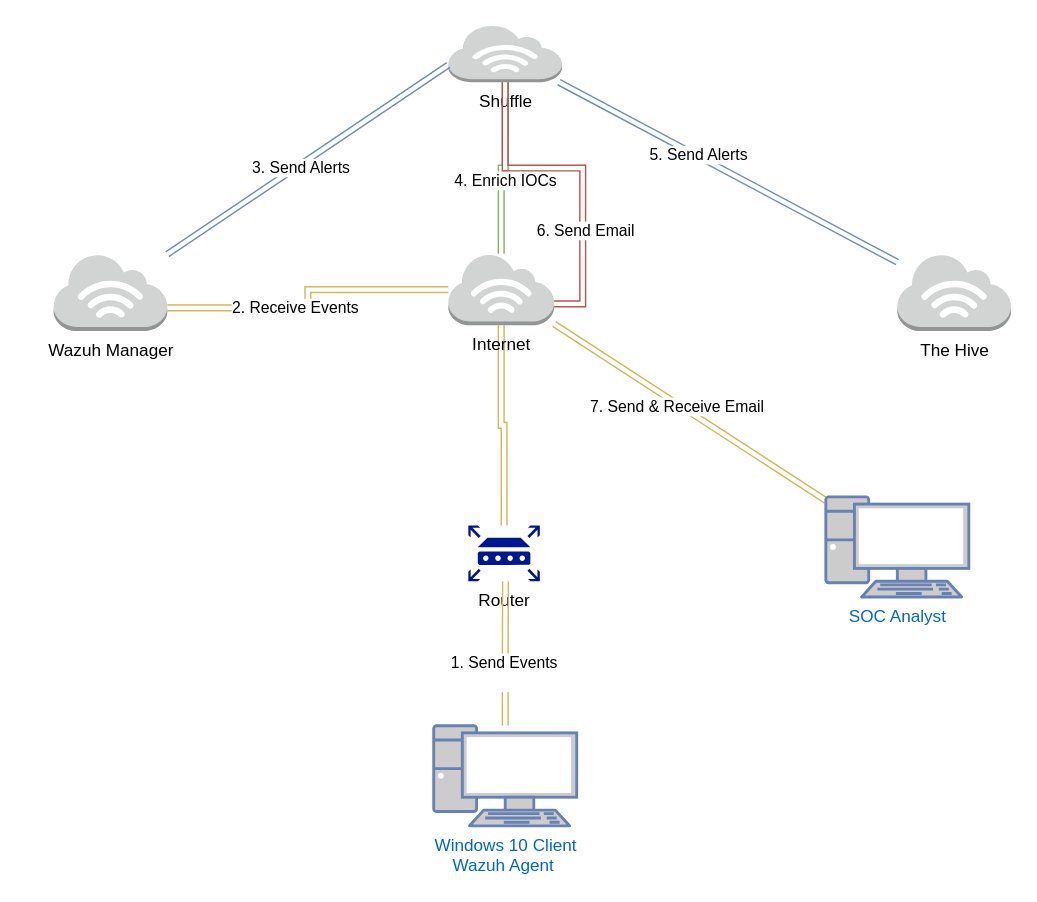
Earlier version of the draw.io diagram SOC Automation Project.drawio (kalenthedon/Detection-Lab). Source tidied: cells renumbered, new cells numbered last; positions are measured from the earlier drawing's top-left corner, leaving out a move shared by most shapes. Both pictures are drawn from the tidied source at 143%, with x=0, y=0 at pixel (53, 24).
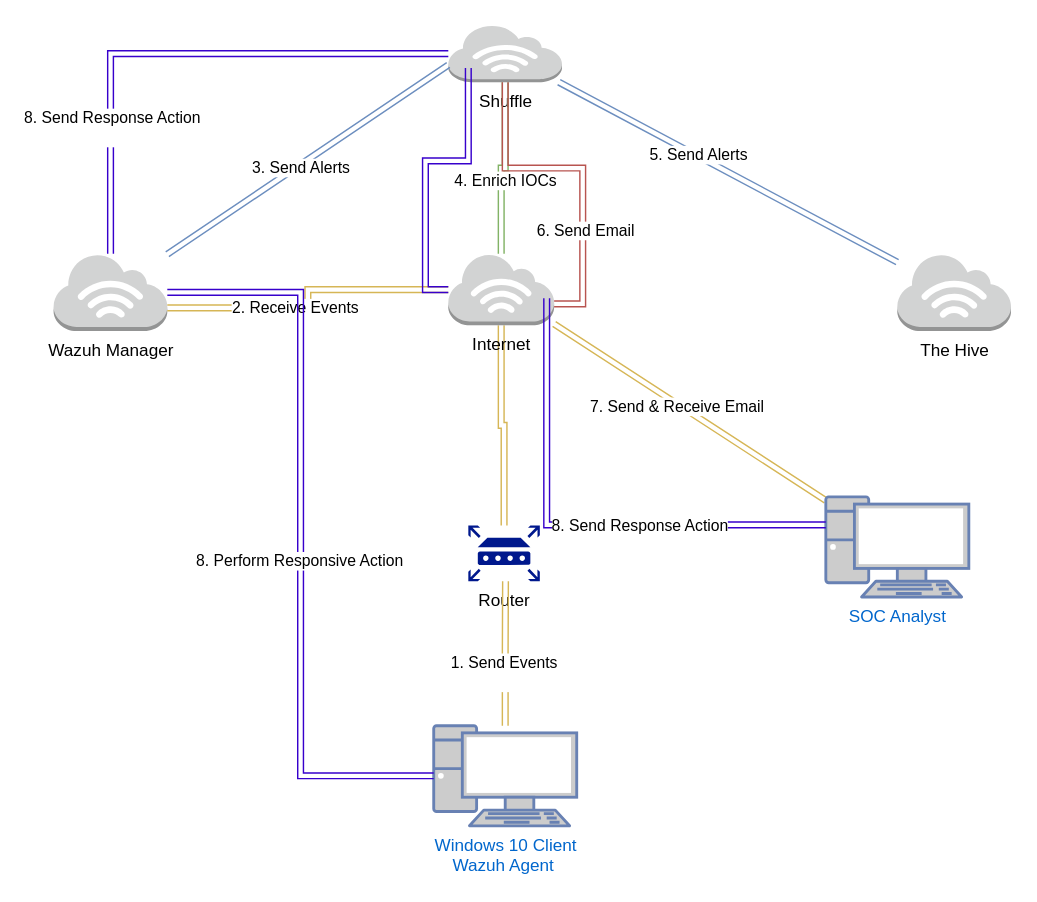
Above is the later version.

The change refers to these unchanged cells:
```xml
<mxCell id="2" value="Windows 10 Client&lt;div&gt;Wazuh Agent&amp;nbsp;&lt;/div&gt;" style="fontColor=#0066CC;verticalAlign=top;verticalLabelPosition=bottom;labelPosition=center;align=center;html=1;outlineConnect=0;fillColor=#CCCCCC;strokeColor=#6881B3;gradientColor=none;gradientDirection=north;strokeWidth=2;shape=mxgraph.networks.pc;" parent="1" vertex="1">
  <mxGeometry x="265.8" y="490" width="100" height="70" as="geometry" />
</mxCell>
<mxCell id="7" value="Internet&lt;div&gt;&lt;br&gt;&lt;/div&gt;" style="outlineConnect=0;dashed=0;verticalLabelPosition=bottom;verticalAlign=top;align=center;html=1;shape=mxgraph.aws3.internet_3;fillColor=#D2D3D3;gradientColor=none;" parent="1" vertex="1">
  <mxGeometry x="276" y="160" width="74" height="50" as="geometry" />
</mxCell>
<mxCell id="8" value="&lt;div&gt;Wazuh Manager&lt;/div&gt;&lt;div&gt;&lt;br&gt;&lt;/div&gt;" style="outlineConnect=0;dashed=0;verticalLabelPosition=bottom;verticalAlign=top;align=center;html=1;shape=mxgraph.aws3.internet_3;fillColor=#D2D3D3;gradientColor=none;" parent="1" vertex="1">
  <mxGeometry y="160" width="79.5" height="54" as="geometry" />
</mxCell>
<mxCell id="12" value="&lt;div&gt;Shuffle&lt;/div&gt;&lt;div&gt;&lt;br&gt;&lt;/div&gt;" style="outlineConnect=0;dashed=0;verticalLabelPosition=bottom;verticalAlign=top;align=center;html=1;shape=mxgraph.aws3.internet_3;fillColor=#D2D3D3;gradientColor=none;" parent="1" vertex="1">
  <mxGeometry x="276" width="79.5" height="40" as="geometry" />
</mxCell>
```

The edit, as a diff of the source:
```diff
@@
+    <mxCell id="24" style="edgeStyle=orthogonalEdgeStyle;rounded=0;jettySize=auto;html=1;shape=link;fillColor=#6a00ff;strokeColor=#3700CC;" parent="1" edge="1" source="12" target="8">
+      <mxGeometry relative="1" as="geometry" />
+    </mxCell>
+    <mxCell id="25" value="8. Send Response Action&lt;div&gt;&lt;br&gt;&lt;/div&gt;" style="edgeLabel;html=1;align=center;verticalAlign=middle;" parent="24" vertex="1">
+      <mxGeometry x="0.53" y="1" relative="1" as="geometry" />
+    </mxCell>
@@
+    <mxCell id="26" style="edgeStyle=orthogonalEdgeStyle;rounded=0;orthogonalLoop=1;jettySize=auto;html=1;entryX=0.93;entryY=0.93;entryDx=0;entryDy=0;entryPerimeter=0;shape=link;fillColor=#6a00ff;strokeColor=#3700CC;" parent="1" edge="1">
+      <mxGeometry relative="1" as="geometry">
+        <mxPoint x="540" y="349.5" as="sourcePoint" />
+        <mxPoint x="344.8" y="191" as="targetPoint" />
+        <Array as="points">
+          <mxPoint x="345" y="350" />
+        </Array>
+      </mxGeometry>
+    </mxCell>
+    <mxCell id="27" value="8. Send Response Action" style="edgeLabel;html=1;align=center;verticalAlign=middle;" parent="26" vertex="1">
+      <mxGeometry x="-0.26" relative="1" as="geometry" />
+    </mxCell>
+    <mxCell id="28" style="edgeStyle=orthogonalEdgeStyle;rounded=0;jettySize=auto;html=1;entryX=0.176;entryY=0.75;entryDx=0;entryDy=0;entryPerimeter=0;shape=link;fillColor=#6a00ff;strokeColor=#3700CC;" parent="1" edge="1" source="7" target="12">
+      <mxGeometry relative="1" as="geometry">
+        <Array as="points">
+          <mxPoint x="260" y="185" />
+          <mxPoint x="260" y="95" />
+          <mxPoint x="290" y="95" />
+        </Array>
+      </mxGeometry>
+    </mxCell>
+    <mxCell id="29" style="edgeStyle=orthogonalEdgeStyle;rounded=0;jettySize=auto;html=1;entryX=0;entryY=0.5;entryDx=0;entryDy=0;entryPerimeter=0;shape=link;fillColor=#6a00ff;strokeColor=#3700CC;" parent="1" edge="1" source="8" target="2">
+      <mxGeometry relative="1" as="geometry" />
+    </mxCell>
+    <mxCell id="30" value="8. Perform Responsive Action" style="edgeLabel;html=1;align=center;verticalAlign=middle;" parent="29" vertex="1">
+      <mxGeometry x="0.07" y="-1" relative="1" as="geometry" />
+    </mxCell>
```
